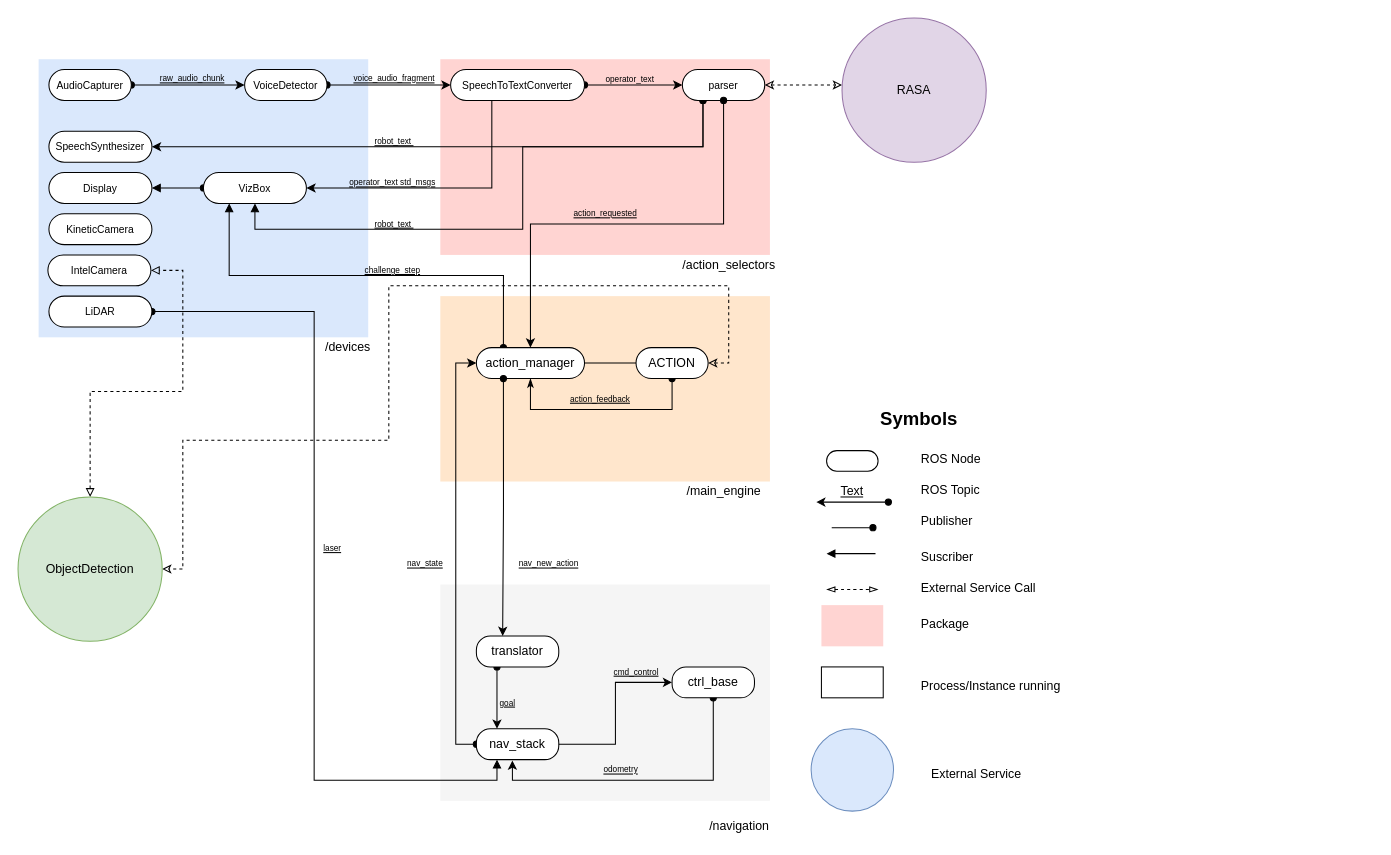
Earlier version of the draw.io diagram Untitled Diagram.drawio (RoBorregos/robocup-home). Source tidied: cells renumbered, new cells numbered last; positions are measured from the earlier drawing's top-left corner, leaving out a move shared by most shapes. Both pictures are drawn from the tidied source at 103%, with x=0, y=0 at pixel (18, 18).
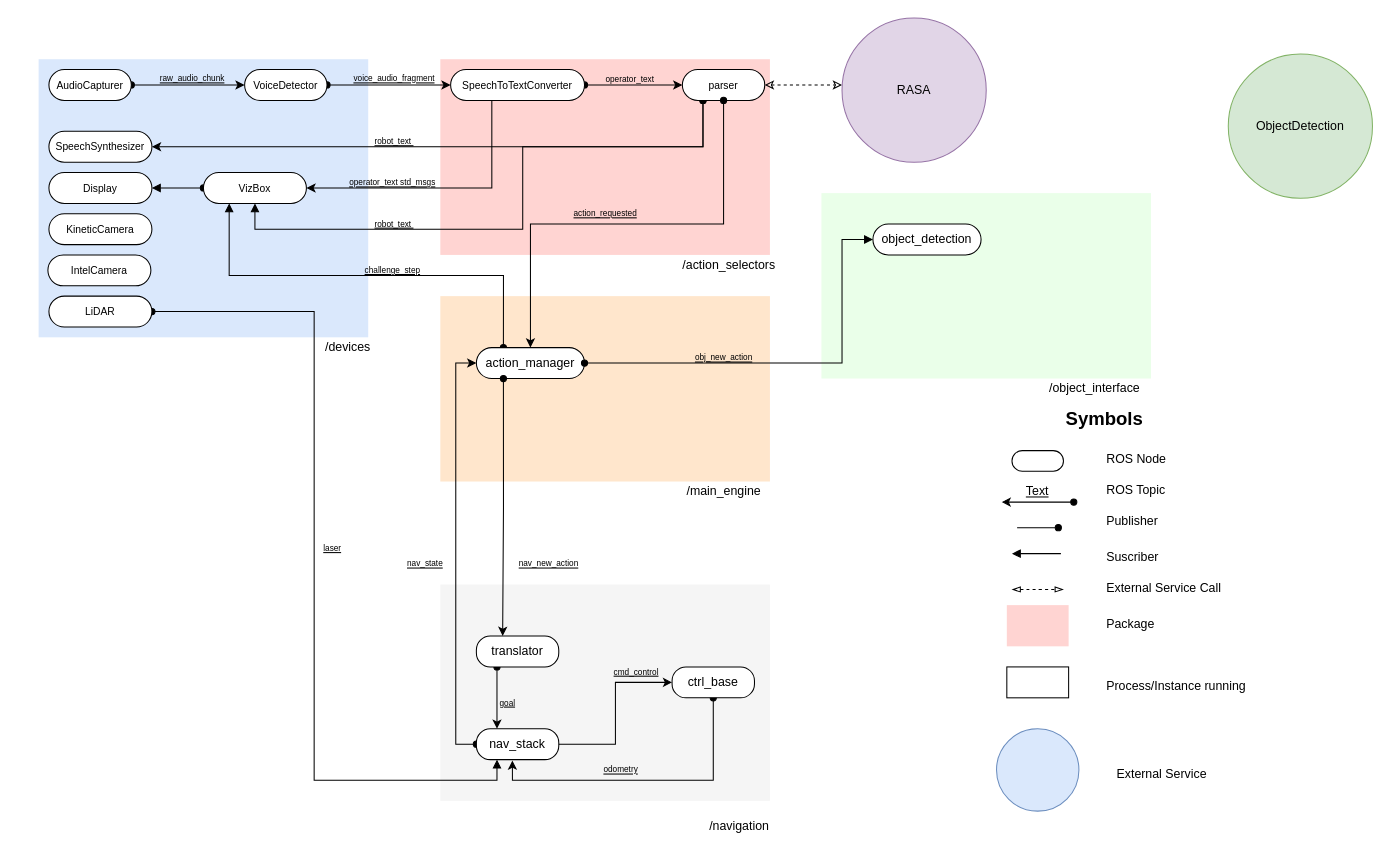
The same page after the edit.

Unchanged cells that the change refers to:
```xml
<mxCell id="43" value="action_manager" style="rounded=1;whiteSpace=wrap;html=1;arcSize=50;" parent="1" vertex="1">
  <mxGeometry x="445" y="320" width="105" height="30" as="geometry" />
</mxCell>
<mxCell id="53" value="&lt;span style=&quot;font-size: 10px&quot;&gt;IntelCamera&lt;/span&gt;" style="rounded=1;whiteSpace=wrap;html=1;arcSize=50;" parent="1" vertex="1">
  <mxGeometry x="29" y="230" width="100" height="30" as="geometry" />
</mxCell>
```

Change to the diagram source:
```diff
@@
     <mxCell id="2" value="&lt;h2&gt;Symbols&lt;/h2&gt;" style="text;html=1;strokeColor=none;fillColor=none;align=center;verticalAlign=middle;whiteSpace=wrap;rounded=0;" parent="1" vertex="1">
-      <mxGeometry x="855" y="380" width="40" height="20" as="geometry" />
+      <mxGeometry x="1035" y="380" width="40" height="20" as="geometry" />
     </mxCell>
     <mxCell id="3" style="rounded=1;whiteSpace=wrap;html=1;arcSize=50;" parent="1" vertex="1">
-      <mxGeometry x="785" y="420" width="50" height="20" as="geometry" />
+      <mxGeometry x="965" y="420" width="50" height="20" as="geometry" />
     </mxCell>
     <mxCell id="4" value="ROS Node" style="text;html=1;" parent="1" vertex="1">
-      <mxGeometry x="875" y="415" width="80" height="30" as="geometry" />
+      <mxGeometry x="1055" y="415" width="80" height="30" as="geometry" />
     </mxCell>
     <mxCell id="5" value="&lt;u&gt;Text&lt;/u&gt;" style="text;html=1;strokeColor=none;fillColor=none;align=center;verticalAlign=middle;whiteSpace=wrap;rounded=0;" parent="1" vertex="1">
-      <mxGeometry x="790" y="450" width="40" height="20" as="geometry" />
+      <mxGeometry x="970" y="450" width="40" height="20" as="geometry" />
     </mxCell>
     <mxCell id="6" value="ROS Topic" style="text;html=1;" parent="1" vertex="1">
-      <mxGeometry x="875" y="445" width="80" height="30" as="geometry" />
+      <mxGeometry x="1055" y="445" width="80" height="30" as="geometry" />
     </mxCell>
     <mxCell id="7" style="endArrow=oval;startArrow=classic;html=1;endFill=1;" parent="1" edge="1">
       <mxGeometry relative="1" as="geometry">
-        <mxPoint x="775" y="470" as="sourcePoint" />
-        <mxPoint x="845" y="470" as="targetPoint" />
+        <mxPoint x="955" y="470" as="sourcePoint" />
+        <mxPoint x="1025" y="470" as="targetPoint" />
       </mxGeometry>
     </mxCell>
     <mxCell id="8" style="endArrow=oval;html=1;strokeColor=#000000;endFill=1;" parent="1" edge="1">
       <mxGeometry relative="1" as="geometry">
-        <mxPoint x="790" y="494.8" as="sourcePoint" />
-        <mxPoint x="830" y="494.8" as="targetPoint" />
+        <mxPoint x="970" y="494.8" as="sourcePoint" />
+        <mxPoint x="1010" y="494.8" as="targetPoint" />
       </mxGeometry>
     </mxCell>
     <mxCell id="9" value="Publisher" style="text;html=1;" parent="1" vertex="1">
-      <mxGeometry x="875" y="475" width="80" height="30" as="geometry" />
+      <mxGeometry x="1055" y="475" width="80" height="30" as="geometry" />
     </mxCell>
     <mxCell id="10" style="endArrow=block;html=1;strokeColor=#000000;endFill=1;" parent="1" edge="1">
       <mxGeometry relative="1" as="geometry">
-        <mxPoint x="832.5" y="520" as="sourcePoint" />
-        <mxPoint x="785" y="520" as="targetPoint" />
+        <mxPoint x="1012.5" y="520" as="sourcePoint" />
+        <mxPoint x="965" y="520" as="targetPoint" />
         <Array as="points">
-          <mxPoint x="827.5" y="520" />
+          <mxPoint x="1007.5" y="520" />
         </Array>
       </mxGeometry>
     </mxCell>
     <mxCell id="11" value="Suscriber" style="text;html=1;" parent="1" vertex="1">
-      <mxGeometry x="875" y="510" width="80" height="30" as="geometry" />
+      <mxGeometry x="1055" y="510" width="80" height="30" as="geometry" />
     </mxCell>
     <mxCell id="12" style="endArrow=blockThin;startArrow=blockThin;html=1;dashed=1;strokeColor=#000000;endFill=0;startFill=0;" parent="1" edge="1">
       <mxGeometry relative="1" as="geometry">
-        <mxPoint x="785" y="554.8" as="sourcePoint" />
-        <mxPoint x="835" y="554.8" as="targetPoint" />
+        <mxPoint x="965" y="554.8" as="sourcePoint" />
+        <mxPoint x="1015" y="554.8" as="targetPoint" />
         <Array as="points">
-          <mxPoint x="805" y="554.8" />
+          <mxPoint x="985" y="554.8" />
         </Array>
       </mxGeometry>
     </mxCell>
     <mxCell id="13" value="External Service Call" style="text;html=1;" parent="1" vertex="1">
-      <mxGeometry x="875" y="540" width="120" height="30" as="geometry" />
+      <mxGeometry x="1055" y="540" width="120" height="30" as="geometry" />
     </mxCell>
     <mxCell id="14" style="rounded=0;whiteSpace=wrap;html=1;fillColor=#FFD4D2;strokeColor=none;" parent="1" vertex="1">
-      <mxGeometry x="780" y="570" width="60" height="40" as="geometry" />
+      <mxGeometry x="960" y="570" width="60" height="40" as="geometry" />
     </mxCell>
     <mxCell id="15" value="Package" style="text;html=1;" parent="1" vertex="1">
-      <mxGeometry x="875" y="575" width="120" height="30" as="geometry" />
+      <mxGeometry x="1055" y="575" width="120" height="30" as="geometry" />
     </mxCell>
     <mxCell id="16" style="rounded=0;whiteSpace=wrap;html=1;" parent="1" vertex="1">
-      <mxGeometry x="780" y="630" width="60" height="30" as="geometry" />
+      <mxGeometry x="960" y="630" width="60" height="30" as="geometry" />
     </mxCell>
     <mxCell id="17" value="Process/Instance running" style="text;html=1;" parent="1" vertex="1">
-      <mxGeometry x="875" y="635" width="140" height="20" as="geometry" />
+      <mxGeometry x="1055" y="635" width="140" height="20" as="geometry" />
     </mxCell>
@@
     <mxCell id="37" style="ellipse;whiteSpace=wrap;html=1;fillColor=#dae8fc;strokeColor=#6c8ebf;" parent="1" vertex="1">
-      <mxGeometry x="770" y="690" width="80" height="80" as="geometry" />
+      <mxGeometry x="950" y="690" width="80" height="80" as="geometry" />
     </mxCell>
     <mxCell id="38" value="External Service" style="text;html=1;" parent="1" vertex="1">
-      <mxGeometry x="885" y="720" width="140" height="20" as="geometry" />
+      <mxGeometry x="1065" y="720" width="140" height="20" as="geometry" />
     </mxCell>
@@
-    <mxCell id="41" style="edgeStyle=orthogonalEdgeStyle;rounded=0;jettySize=auto;html=1;exitX=1;exitY=0.5;exitDx=0;exitDy=0;entryX=0;entryY=0.5;entryDx=0;entryDy=0;startArrow=none;startFill=0;endArrow=none;endFill=0;" parent="1" edge="1" source="43" target="48">
-      <mxGeometry relative="1" as="geometry" />
-    </mxCell>
@@
-    <mxCell id="46" style="edgeStyle=orthogonalEdgeStyle;rounded=0;jettySize=auto;html=1;exitX=0.5;exitY=1;exitDx=0;exitDy=0;startArrow=oval;startFill=1;endArrow=classicThin;endFill=1;entryX=0.5;entryY=1;entryDx=0;entryDy=0;" parent="1" edge="1" source="48" target="43">
-      <mxGeometry relative="1" as="geometry">
-        <Array as="points">
-          <mxPoint x="635" y="380" />
-          <mxPoint x="498" y="380" />
-        </Array>
-      </mxGeometry>
-    </mxCell>
-    <mxCell id="47" style="edgeStyle=orthogonalEdgeStyle;rounded=0;jettySize=auto;html=1;exitX=1;exitY=0.5;exitDx=0;exitDy=0;entryX=1;entryY=0.5;entryDx=0;entryDy=0;dashed=1;startArrow=classic;startFill=0;endArrow=classic;endFill=0;" parent="1" edge="1" source="48" target="71">
-      <mxGeometry relative="1" as="geometry">
-        <Array as="points">
-          <mxPoint x="690" y="335" />
-          <mxPoint x="690" y="260" />
-          <mxPoint x="360" y="260" />
-          <mxPoint x="360" y="410" />
-          <mxPoint x="160" y="410" />
-          <mxPoint x="160" y="535" />
-        </Array>
-      </mxGeometry>
-    </mxCell>
-    <mxCell id="48" value="ACTION" style="rounded=1;whiteSpace=wrap;html=1;arcSize=50;" parent="1" vertex="1">
-      <mxGeometry x="600" y="320" width="70" height="30" as="geometry" />
-    </mxCell>
-    <mxCell id="49" value="&lt;u&gt;action_feedback&lt;/u&gt;" style="text;html=1;align=center;verticalAlign=middle;fontSize=8;" parent="1" vertex="1">
-      <mxGeometry x="530" y="360" width="70" height="20" as="geometry" />
-    </mxCell>
@@
-    <mxCell id="70" style="edgeStyle=orthogonalEdgeStyle;rounded=0;jettySize=auto;html=1;exitX=0.5;exitY=0;exitDx=0;exitDy=0;entryX=1;entryY=0.5;entryDx=0;entryDy=0;startArrow=block;startFill=0;dashed=1;endArrow=block;endFill=0;" parent="1" edge="1" source="71" target="53">
-      <mxGeometry relative="1" as="geometry" />
-    </mxCell>
     <mxCell id="71" value="ObjectDetection" style="ellipse;whiteSpace=wrap;html=1;fillColor=#d5e8d4;strokeColor=#82b366;" parent="1" vertex="1">
-      <mxGeometry y="465" width="140" height="140" as="geometry" />
+      <mxGeometry x="1175" y="35" width="140" height="140" as="geometry" />
     </mxCell>
@@
+    <mxCell id="81" style="rounded=0;whiteSpace=wrap;html=1;fillColor=#EAFFE9;strokeColor=none;" parent="1" vertex="1">
+      <mxGeometry x="780" y="170" width="320" height="180" as="geometry" />
+    </mxCell>
+    <mxCell id="82" value="/object_interface" style="text;html=1;align=center;verticalAlign=middle;" parent="1" vertex="1">
+      <mxGeometry x="995" y="350" width="100" height="20" as="geometry" />
+    </mxCell>
+    <mxCell id="83" value="object_detection" style="rounded=1;whiteSpace=wrap;html=1;arcSize=50;" parent="1" vertex="1">
+      <mxGeometry x="830" y="200" width="105" height="30" as="geometry" />
+    </mxCell>
+    <mxCell id="41" style="edgeStyle=orthogonalEdgeStyle;rounded=0;jettySize=auto;html=1;exitX=1;exitY=0.5;exitDx=0;exitDy=0;entryX=0;entryY=0.5;entryDx=0;entryDy=0;startArrow=oval;startFill=1;endArrow=block;endFill=1;" parent="1" edge="1" source="43" target="83">
+      <mxGeometry relative="1" as="geometry">
+        <Array as="points">
+          <mxPoint x="800" y="335" />
+        </Array>
+      </mxGeometry>
+    </mxCell>
+    <mxCell id="84" value="&lt;u&gt;obj_new_action&lt;br&gt;&lt;/u&gt;" style="text;html=1;align=center;verticalAlign=middle;fontSize=8;" parent="1" vertex="1">
+      <mxGeometry x="650" y="325" width="70" height="10" as="geometry" />
+    </mxCell>
```
